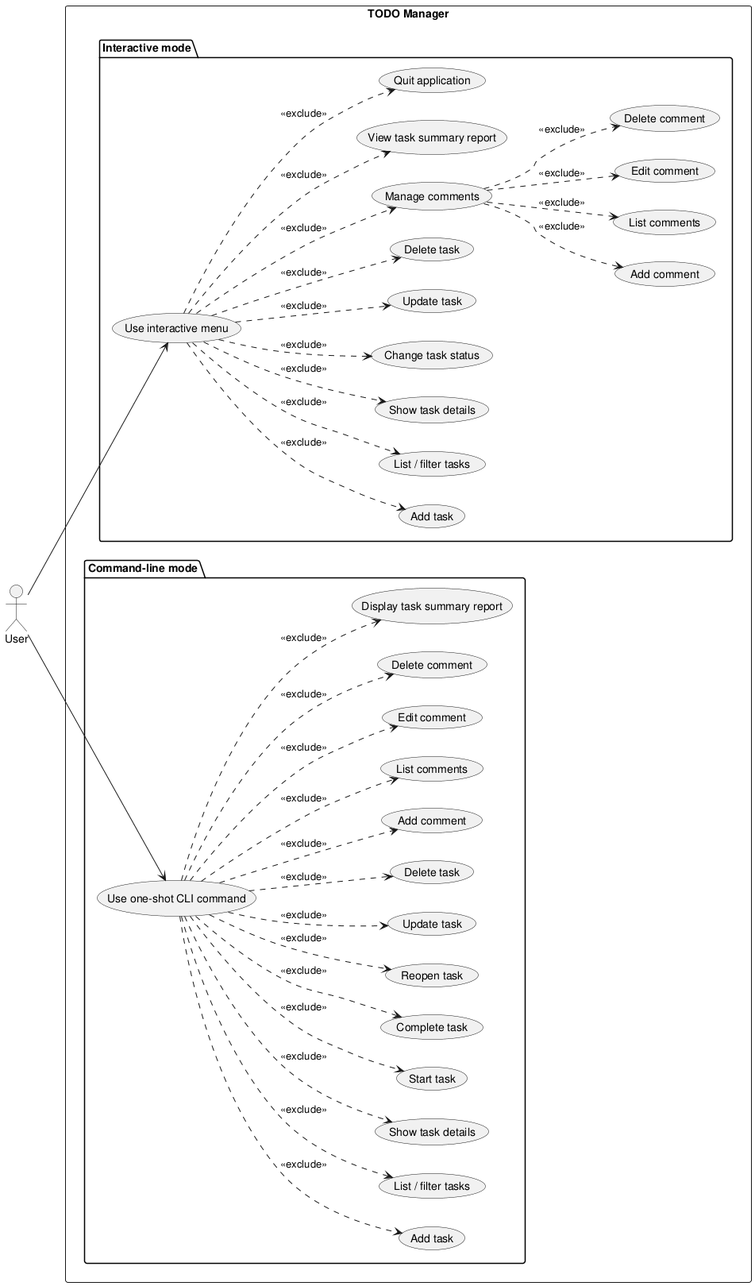
This is experiments/broadcast/user_stories/TODO/artifacts/use_case_diagram.png from DanielRiha8906/Software_autoevolution_using_agents, a PlantUML export, as it was before one commit.
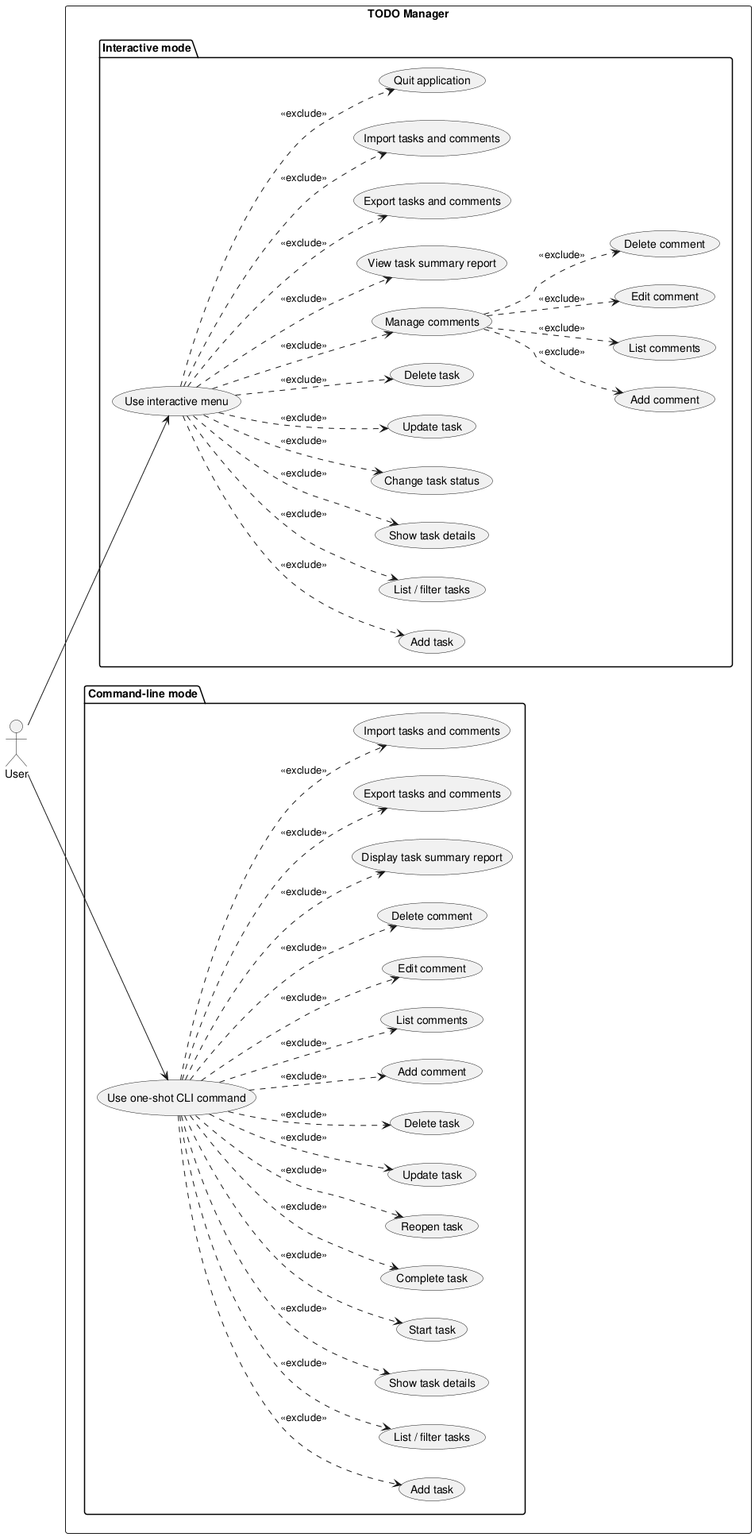
After the commit.

The edit, as a diff of the source:
```diff
@@ -20,6 +20,8 @@
     usecase "Edit comment" as I_COMMENT_EDIT
     usecase "Delete comment" as I_COMMENT_DELETE
     usecase "View task summary report" as I_REPORT
+    usecase "Export tasks and comments" as I_EXPORT
+    usecase "Import tasks and comments" as I_IMPORT
     usecase "Quit application" as I_QUIT
   }
 
@@ -38,6 +40,8 @@
     usecase "Edit comment" as C_COMMENT_EDIT
     usecase "Delete comment" as C_COMMENT_DELETE
     usecase "Display task summary report" as C_REPORT
+    usecase "Export tasks and comments" as C_EXPORT
+    usecase "Import tasks and comments" as C_IMPORT
   }
 }
 
@@ -56,6 +60,8 @@
 I_COMMENTS ..> I_COMMENT_EDIT : <<exclude>>
 I_COMMENTS ..> I_COMMENT_DELETE : <<exclude>>
 UI ..> I_REPORT : <<exclude>>
+UI ..> I_EXPORT : <<exclude>>
+UI ..> I_IMPORT : <<exclude>>
 UI ..> I_QUIT   : <<exclude>>
 
 CLI ..> C_ADD    : <<exclude>>
@@ -71,5 +77,7 @@
 CLI ..> C_COMMENT_EDIT : <<exclude>>
 CLI ..> C_COMMENT_DELETE : <<exclude>>
 CLI ..> C_REPORT : <<exclude>>
+CLI ..> C_EXPORT : <<exclude>>
+CLI ..> C_IMPORT : <<exclude>>
 
 @enduml
```
